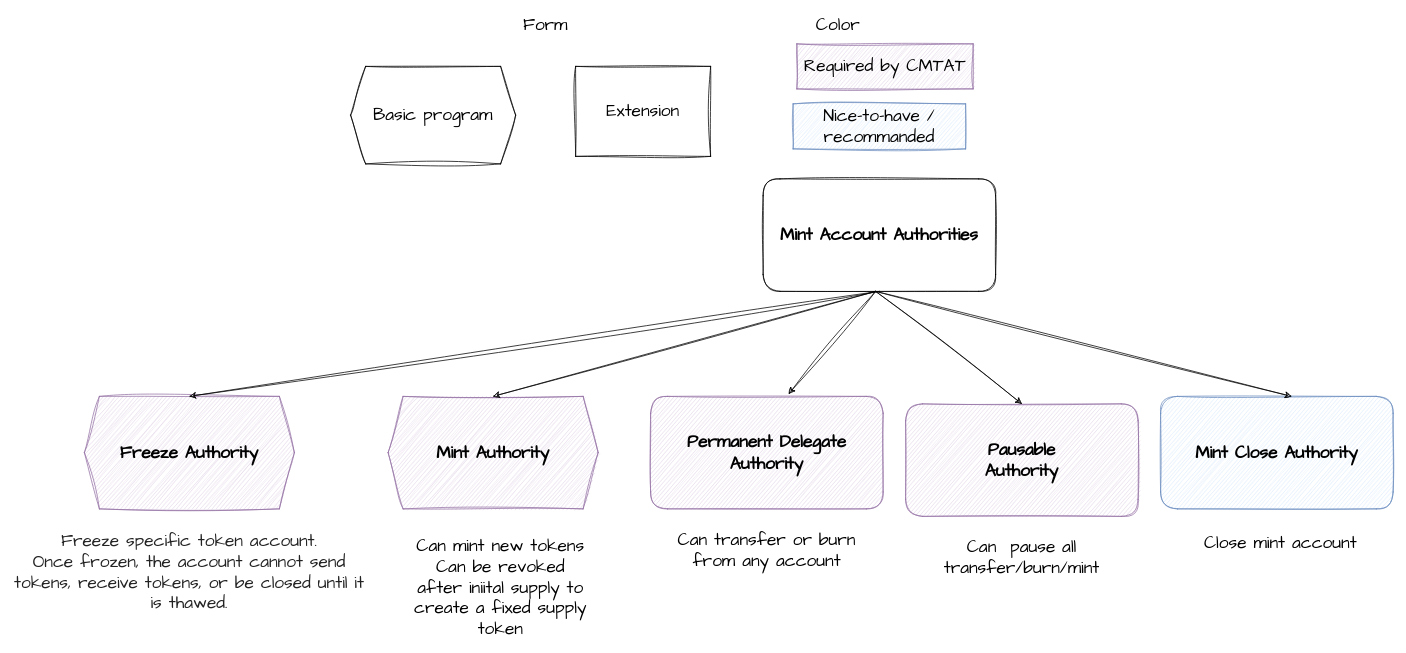
Earlier version of the draw.io diagram page "access-control" (1 of 2) of schema/solana-cmtat.drawio (CMTA/CMTAT_Solana). Source tidied: cells renumbered, new cells numbered last; positions are measured from the earlier drawing's top-left corner, leaving out a move shared by most shapes. Both pictures are drawn from the tidied source at 75%, with x=0, y=0 at pixel (13, 14).
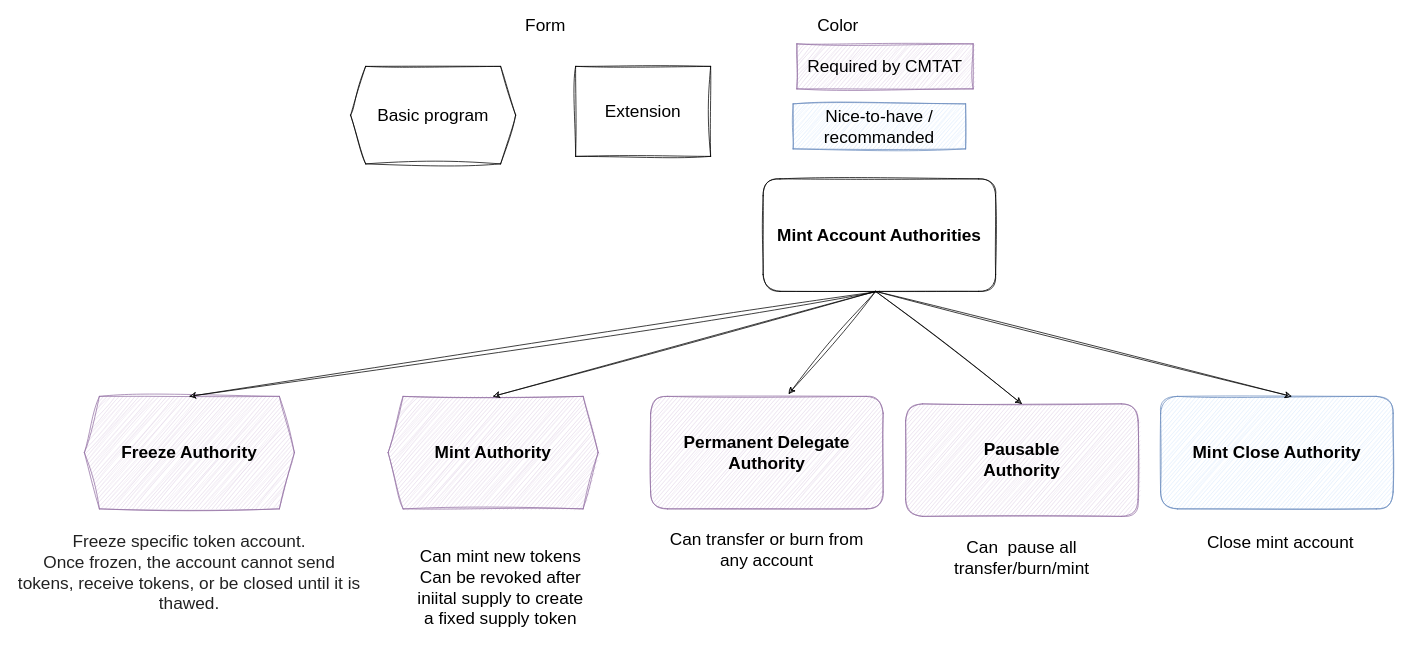
The same page after the edit.

Diff of the diagram source:
```diff
@@
-    <mxCell id="2" value="&lt;font face=&quot;Architects Daughter&quot;&gt;Mint Account Authorities&lt;/font&gt;" style="rounded=1;whiteSpace=wrap;html=1;sketch=1;fontSize=23;fontStyle=1;" parent="1" vertex="1">
+    <mxCell id="2" value="&lt;font&gt;Mint Account Authorities&lt;/font&gt;" style="rounded=1;whiteSpace=wrap;html=1;sketch=1;fontSize=23;fontStyle=1;fontFamily=Helvetica;" parent="1" vertex="1">
       <mxGeometry x="1000" y="220" width="310" height="150" as="geometry" />
     </mxCell>
-    <mxCell id="3" value="&lt;font face=&quot;Architects Daughter&quot;&gt;Permanent Delegate Authority&lt;/font&gt;" style="rounded=1;whiteSpace=wrap;html=1;sketch=1;fontSize=23;fontStyle=1;fillColor=#e1d5e7;strokeColor=#9673a6;" parent="1" vertex="1">
+    <mxCell id="3" value="&lt;font&gt;Permanent Delegate Authority&lt;/font&gt;" style="rounded=1;whiteSpace=wrap;html=1;sketch=1;fontSize=23;fontStyle=1;fillColor=#e1d5e7;strokeColor=#9673a6;fontFamily=Helvetica;" parent="1" vertex="1">
       <mxGeometry x="850" y="510" width="310" height="150" as="geometry" />
     </mxCell>
-    <mxCell id="4" value="Can mint new tokens&lt;br&gt;Can be revoked after iniital supply to create a fixed supply token" style="text;html=1;strokeColor=none;fillColor=none;align=center;verticalAlign=middle;whiteSpace=wrap;rounded=0;sketch=1;hachureGap=4;jiggle=2;fontFamily=Architects Daughter;fontSize=23;" parent="1" vertex="1">
+    <mxCell id="4" value="&lt;font&gt;Can mint new tokens&lt;br&gt;Can be revoked after iniital supply to create a fixed supply token&lt;/font&gt;" style="text;html=1;strokeColor=none;fillColor=none;align=center;verticalAlign=middle;whiteSpace=wrap;rounded=0;sketch=1;hachureGap=4;jiggle=2;fontFamily=Helvetica;fontSize=23;" parent="1" vertex="1">
       <mxGeometry x="530" y="750" width="240" height="30" as="geometry" />
     </mxCell>
-    <mxCell id="5" value="Can transfer or burn from any account" style="text;html=1;strokeColor=none;fillColor=none;align=center;verticalAlign=middle;whiteSpace=wrap;rounded=0;sketch=1;hachureGap=4;jiggle=2;fontFamily=Architects Daughter;fontSize=23;" parent="1" vertex="1">
+    <mxCell id="5" value="Can transfer or burn from any account" style="text;html=1;strokeColor=none;fillColor=none;align=center;verticalAlign=middle;whiteSpace=wrap;rounded=0;sketch=1;hachureGap=4;jiggle=2;fontFamily=Helvetica;fontSize=23;" parent="1" vertex="1">
       <mxGeometry x="855" y="700" width="300" height="30" as="geometry" />
     </mxCell>
-    <mxCell id="6" value="&lt;font face=&quot;Architects Daughter&quot;&gt;Mint Close Authority&lt;/font&gt;" style="rounded=1;whiteSpace=wrap;html=1;sketch=1;fontSize=23;fontStyle=1;fillColor=#dae8fc;strokeColor=#6c8ebf;" parent="1" vertex="1">
+    <mxCell id="6" value="&lt;font&gt;Mint Close Authority&lt;/font&gt;" style="rounded=1;whiteSpace=wrap;html=1;sketch=1;fontSize=23;fontStyle=1;fillColor=#dae8fc;strokeColor=#6c8ebf;fontFamily=Helvetica;" parent="1" vertex="1">
       <mxGeometry x="1530" y="510" width="310" height="150" as="geometry" />
     </mxCell>
-    <mxCell id="7" value="Close mint account" style="text;html=1;strokeColor=none;fillColor=none;align=center;verticalAlign=middle;whiteSpace=wrap;rounded=0;sketch=1;hachureGap=4;jiggle=2;fontFamily=Architects Daughter;fontSize=23;" parent="1" vertex="1">
+    <mxCell id="7" value="Close mint account" style="text;html=1;strokeColor=none;fillColor=none;align=center;verticalAlign=middle;whiteSpace=wrap;rounded=0;sketch=1;hachureGap=4;jiggle=2;fontFamily=Helvetica;fontSize=23;" parent="1" vertex="1">
       <mxGeometry x="1570" y="690" width="240" height="30" as="geometry" />
     </mxCell>
-    <mxCell id="8" value="&lt;span style=&quot;color: rgba(10, 10, 10, 0.9); text-align: start; background-color: rgb(255, 255, 255);&quot;&gt;Freeze specific token account. &lt;br&gt;Once frozen, the account cannot send tokens, receive tokens, or be closed until it is thawed.&lt;/span&gt;" style="text;html=1;strokeColor=none;fillColor=none;align=center;verticalAlign=middle;whiteSpace=wrap;rounded=0;sketch=1;hachureGap=4;jiggle=2;fontFamily=Architects Daughter;fontSize=23;" parent="1" vertex="1">
+    <mxCell id="8" value="&lt;span style=&quot;color: rgba(10, 10, 10, 0.9); text-align: start; background-color: rgb(255, 255, 255);&quot;&gt;&lt;font&gt;Freeze specific token account. &lt;br&gt;Once frozen, the account cannot send tokens, receive tokens, or be closed until it is thawed.&lt;/font&gt;&lt;/span&gt;" style="text;html=1;strokeColor=none;fillColor=none;align=center;verticalAlign=middle;whiteSpace=wrap;rounded=0;sketch=1;hachureGap=4;jiggle=2;fontFamily=Helvetica;fontSize=23;" parent="1" vertex="1">
       <mxGeometry y="730" width="470" height="30" as="geometry" />
     </mxCell>
-    <mxCell id="9" value="&lt;span style=&quot;font-weight: 700;&quot;&gt;Freeze Authority&lt;/span&gt;" style="shape=hexagon;perimeter=hexagonPerimeter2;whiteSpace=wrap;html=1;fixedSize=1;sketch=1;hachureGap=4;jiggle=2;fontFamily=Architects Daughter;fontSize=23;fillColor=#e1d5e7;strokeColor=#9673a6;" parent="1" vertex="1">
+    <mxCell id="9" value="&lt;span style=&quot;font-weight: 700;&quot;&gt;Freeze Authority&lt;/span&gt;" style="shape=hexagon;perimeter=hexagonPerimeter2;whiteSpace=wrap;html=1;fixedSize=1;sketch=1;hachureGap=4;jiggle=2;fontFamily=Helvetica;fontSize=23;fillColor=#e1d5e7;strokeColor=#9673a6;" parent="1" vertex="1">
       <mxGeometry x="95" y="510" width="280" height="150" as="geometry" />
     </mxCell>
-    <mxCell id="10" value="Basic program" style="shape=hexagon;perimeter=hexagonPerimeter2;whiteSpace=wrap;html=1;fixedSize=1;sketch=1;hachureGap=4;jiggle=2;fontFamily=Architects Daughter;fontSize=23;" parent="1" vertex="1">
+    <mxCell id="10" value="Basic program" style="shape=hexagon;perimeter=hexagonPerimeter2;whiteSpace=wrap;html=1;fixedSize=1;sketch=1;hachureGap=4;jiggle=2;fontFamily=Helvetica;fontSize=23;" parent="1" vertex="1">
       <mxGeometry x="450" y="70" width="220" height="130" as="geometry" />
     </mxCell>
-    <mxCell id="11" value="Extension" style="rounded=0;whiteSpace=wrap;html=1;sketch=1;hachureGap=4;jiggle=2;fontFamily=Architects Daughter;fontSize=23;" parent="1" vertex="1">
+    <mxCell id="11" value="Extension" style="rounded=0;whiteSpace=wrap;html=1;sketch=1;hachureGap=4;jiggle=2;fontFamily=Helvetica;fontSize=23;" parent="1" vertex="1">
       <mxGeometry x="750" y="70" width="180" height="120" as="geometry" />
     </mxCell>
-    <mxCell id="12" value="&lt;span style=&quot;font-weight: 700;&quot;&gt;Mint Authority&lt;/span&gt;" style="shape=hexagon;perimeter=hexagonPerimeter2;whiteSpace=wrap;html=1;fixedSize=1;sketch=1;hachureGap=4;jiggle=2;fontFamily=Architects Daughter;fontSize=23;fillColor=#e1d5e7;strokeColor=#9673a6;" parent="1" vertex="1">
+    <mxCell id="12" value="&lt;span style=&quot;font-weight: 700;&quot;&gt;Mint Authority&lt;/span&gt;" style="shape=hexagon;perimeter=hexagonPerimeter2;whiteSpace=wrap;html=1;fixedSize=1;sketch=1;hachureGap=4;jiggle=2;fontFamily=Helvetica;fontSize=23;fillColor=#e1d5e7;strokeColor=#9673a6;" parent="1" vertex="1">
       <mxGeometry x="500" y="510" width="280" height="150" as="geometry" />
     </mxCell>
-    <mxCell id="13" style="endArrow=classic;html=1;rounded=0;sketch=1;hachureGap=4;jiggle=2;fontFamily=Architects Daughter;fontSize=23;exitX=0.5;exitY=1;exitDx=0;exitDy=0;entryX=0.5;entryY=0;entryDx=0;entryDy=0;" parent="1" edge="1" source="2" target="9">
+    <mxCell id="13" style="endArrow=classic;html=1;rounded=0;sketch=1;hachureGap=4;jiggle=2;fontFamily=Helvetica;fontSize=23;exitX=0.5;exitY=1;exitDx=0;exitDy=0;entryX=0.5;entryY=0;entryDx=0;entryDy=0;" parent="1" edge="1" source="2" target="9">
       <mxGeometry relative="1" as="geometry" />
     </mxCell>
-    <mxCell id="14" style="endArrow=classic;html=1;rounded=0;sketch=1;hachureGap=4;jiggle=2;fontFamily=Architects Daughter;fontSize=23;entryX=0.5;entryY=0;entryDx=0;entryDy=0;" parent="1" edge="1" target="12">
+    <mxCell id="14" style="endArrow=classic;html=1;rounded=0;sketch=1;hachureGap=4;jiggle=2;fontFamily=Helvetica;fontSize=23;entryX=0.5;entryY=0;entryDx=0;entryDy=0;" parent="1" edge="1" target="12">
       <mxGeometry relative="1" as="geometry">
         <mxPoint x="1150" y="370" as="sourcePoint" />
       </mxGeometry>
     </mxCell>
-    <mxCell id="15" style="endArrow=classic;html=1;rounded=0;sketch=1;hachureGap=4;jiggle=2;fontFamily=Architects Daughter;fontSize=23;entryX=0.594;entryY=-0.023;entryDx=0;entryDy=0;entryPerimeter=0;" parent="1" edge="1" target="3">
+    <mxCell id="15" style="endArrow=classic;html=1;rounded=0;sketch=1;hachureGap=4;jiggle=2;fontFamily=Helvetica;fontSize=23;entryX=0.594;entryY=-0.023;entryDx=0;entryDy=0;entryPerimeter=0;" parent="1" edge="1" target="3">
       <mxGeometry relative="1" as="geometry">
         <mxPoint x="1150" y="370" as="sourcePoint" />
       </mxGeometry>
     </mxCell>
-    <mxCell id="16" style="endArrow=classic;html=1;rounded=0;sketch=1;hachureGap=4;jiggle=2;fontFamily=Architects Daughter;fontSize=23;entryX=0.563;entryY=0;entryDx=0;entryDy=0;entryPerimeter=0;" parent="1" edge="1" target="6">
+    <mxCell id="16" style="endArrow=classic;html=1;rounded=0;sketch=1;hachureGap=4;jiggle=2;fontFamily=Helvetica;fontSize=23;entryX=0.563;entryY=0;entryDx=0;entryDy=0;entryPerimeter=0;" parent="1" edge="1" target="6">
       <mxGeometry relative="1" as="geometry">
         <mxPoint x="1150" y="370" as="sourcePoint" />
       </mxGeometry>
     </mxCell>
-    <mxCell id="17" value="Form" style="text;html=1;strokeColor=none;fillColor=none;align=center;verticalAlign=middle;whiteSpace=wrap;rounded=0;sketch=1;hachureGap=4;jiggle=2;fontFamily=Architects Daughter;fontSize=23;" parent="1" vertex="1">
+    <mxCell id="17" value="Form" style="text;html=1;strokeColor=none;fillColor=none;align=center;verticalAlign=middle;whiteSpace=wrap;rounded=0;sketch=1;hachureGap=4;jiggle=2;fontFamily=Helvetica;fontSize=23;" parent="1" vertex="1">
       <mxGeometry x="680" width="60" height="30" as="geometry" />
     </mxCell>
-    <mxCell id="18" value="Color" style="text;html=1;strokeColor=none;fillColor=none;align=center;verticalAlign=middle;whiteSpace=wrap;rounded=0;sketch=1;hachureGap=4;jiggle=2;fontFamily=Architects Daughter;fontSize=23;" parent="1" vertex="1">
+    <mxCell id="18" value="Color" style="text;html=1;strokeColor=none;fillColor=none;align=center;verticalAlign=middle;whiteSpace=wrap;rounded=0;sketch=1;hachureGap=4;jiggle=2;fontFamily=Helvetica;fontSize=23;" parent="1" vertex="1">
       <mxGeometry x="1070" width="60" height="30" as="geometry" />
     </mxCell>
-    <mxCell id="19" value="Required by CMTAT" style="rounded=0;whiteSpace=wrap;html=1;sketch=1;hachureGap=4;jiggle=2;fontFamily=Architects Daughter;fontSize=23;fillColor=#e1d5e7;strokeColor=#9673a6;" parent="1" vertex="1">
+    <mxCell id="19" value="Required by CMTAT" style="rounded=0;whiteSpace=wrap;html=1;sketch=1;hachureGap=4;jiggle=2;fontFamily=Helvetica;fontSize=23;fillColor=#e1d5e7;strokeColor=#9673a6;" parent="1" vertex="1">
       <mxGeometry x="1045" y="40" width="235" height="60" as="geometry" />
     </mxCell>
-    <mxCell id="20" value="Nice-to-have / recommanded" style="rounded=0;whiteSpace=wrap;html=1;sketch=1;hachureGap=4;jiggle=2;fontFamily=Architects Daughter;fontSize=23;fillColor=#dae8fc;strokeColor=#6c8ebf;" parent="1" vertex="1">
+    <mxCell id="20" value="Nice-to-have / recommanded" style="rounded=0;whiteSpace=wrap;html=1;sketch=1;hachureGap=4;jiggle=2;fontFamily=Helvetica;fontSize=23;fillColor=#dae8fc;strokeColor=#6c8ebf;" parent="1" vertex="1">
       <mxGeometry x="1040" y="120" width="230" height="60" as="geometry" />
     </mxCell>
-    <mxCell id="21" value="&lt;font face=&quot;Architects Daughter&quot;&gt;Pausable&lt;br&gt;Authority&lt;/font&gt;" style="rounded=1;whiteSpace=wrap;html=1;sketch=1;fontSize=23;fontStyle=1;fillColor=#e1d5e7;strokeColor=#9673a6;" parent="1" vertex="1">
+    <mxCell id="21" value="&lt;font&gt;Pausable&lt;br&gt;Authority&lt;/font&gt;" style="rounded=1;whiteSpace=wrap;html=1;sketch=1;fontSize=23;fontStyle=1;fillColor=#e1d5e7;strokeColor=#9673a6;fontFamily=Helvetica;" parent="1" vertex="1">
       <mxGeometry x="1190" y="520" width="310" height="150" as="geometry" />
     </mxCell>
-    <mxCell id="22" value="Can&amp;nbsp; pause all transfer/burn/mint" style="text;html=1;strokeColor=none;fillColor=none;align=center;verticalAlign=middle;whiteSpace=wrap;rounded=0;sketch=1;hachureGap=4;jiggle=2;fontFamily=Architects Daughter;fontSize=23;" parent="1" vertex="1">
+    <mxCell id="22" value="Can&amp;nbsp; pause all transfer/burn/mint" style="text;html=1;strokeColor=none;fillColor=none;align=center;verticalAlign=middle;whiteSpace=wrap;rounded=0;sketch=1;hachureGap=4;jiggle=2;fontFamily=Helvetica;fontSize=23;" parent="1" vertex="1">
       <mxGeometry x="1195" y="710" width="300" height="30" as="geometry" />
     </mxCell>
-    <mxCell id="23" style="endArrow=classic;html=1;rounded=0;sketch=1;hachureGap=4;jiggle=2;fontFamily=Architects Daughter;fontSize=23;entryX=0.5;entryY=0;entryDx=0;entryDy=0;" parent="1" edge="1" target="21">
+    <mxCell id="23" style="endArrow=classic;html=1;rounded=0;sketch=1;hachureGap=4;jiggle=2;fontFamily=Helvetica;fontSize=23;entryX=0.5;entryY=0;entryDx=0;entryDy=0;" parent="1" edge="1" target="21">
       <mxGeometry relative="1" as="geometry">
         <mxPoint x="1150" y="370" as="sourcePoint" />
       </mxGeometry>
     </mxCell>
```
